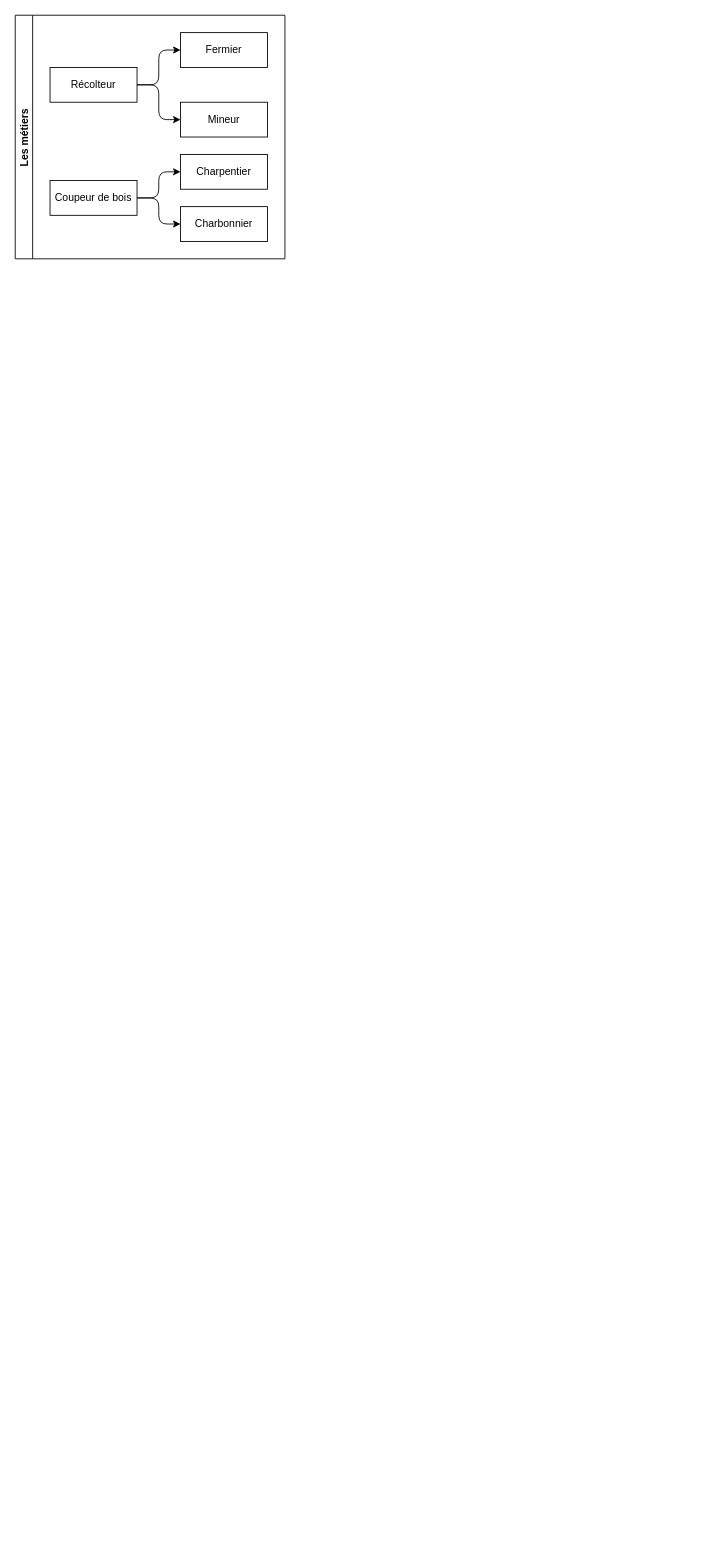
Ajustor/civilization keeps this draw.io diagram as schemas/diagram.drawio. Above is the earlier version. Source tidied: cells renumbered, new cells numbered last; positions are measured from the earlier drawing's top-left corner, leaving out a move shared by most shapes. Both pictures are drawn from the tidied source at 87%, with x=0, y=0 at pixel (15, 15).
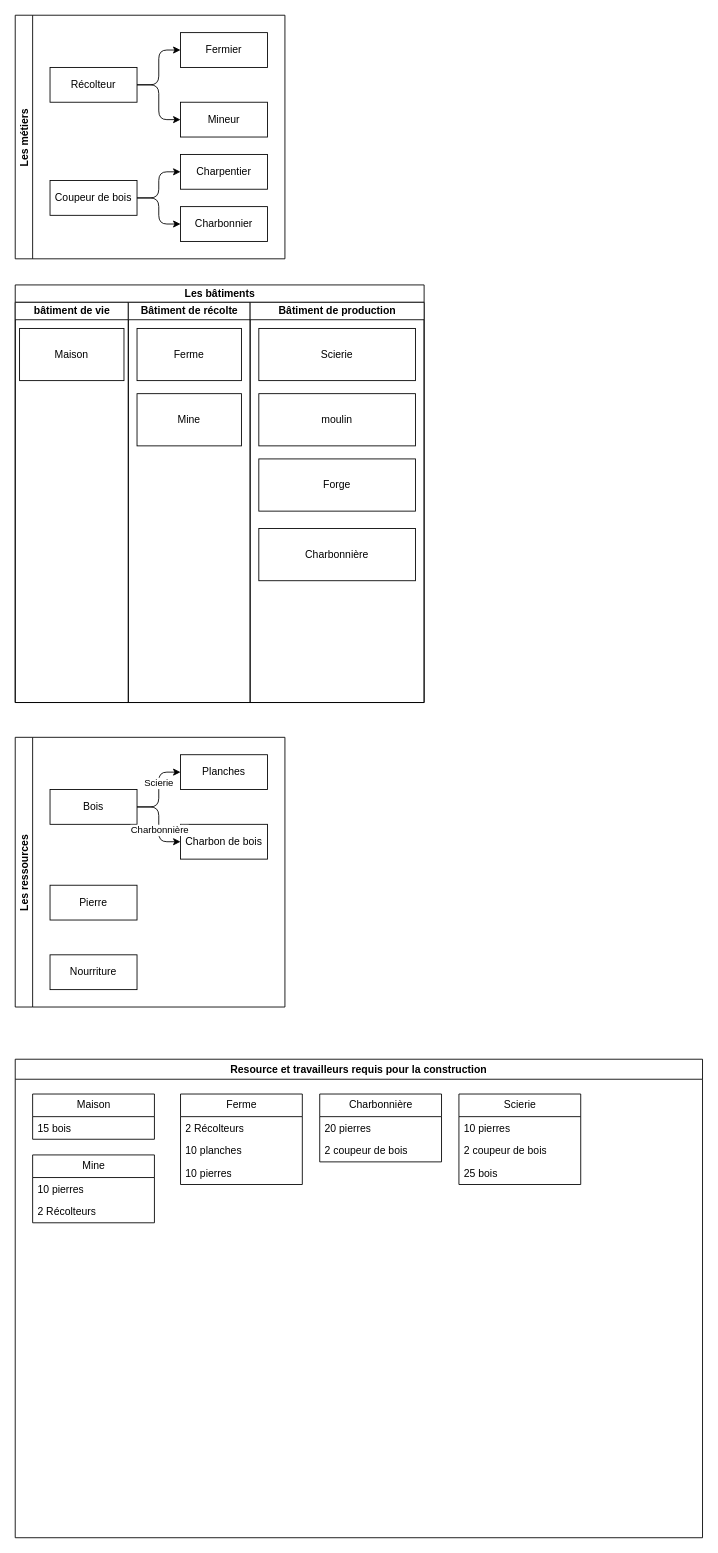
Above is the later version.

Commit message:
Mettre à jour diagram.drawio

The edit, as a diff of the source:
```diff
@@
+    <mxCell id="13" value="Les bâtiments" style="swimlane;startSize=20;html=1;" parent="1" vertex="1">
+      <mxGeometry y="310" width="470" height="480" as="geometry" />
+    </mxCell>
+    <mxCell id="14" value="bâtiment de vie" style="swimlane;startSize=20;html=1;" parent="13" vertex="1">
+      <mxGeometry y="20" width="130" height="460" as="geometry" />
+    </mxCell>
+    <mxCell id="15" value="Maison" style="whiteSpace=wrap;html=1;" parent="14" vertex="1">
+      <mxGeometry x="5" y="30" width="120" height="60" as="geometry" />
+    </mxCell>
+    <mxCell id="16" value="Bâtiment de récolte" style="swimlane;startSize=20;html=1;" parent="13" vertex="1">
+      <mxGeometry x="130" y="20" width="140" height="460" as="geometry" />
+    </mxCell>
+    <mxCell id="17" value="Ferme" style="whiteSpace=wrap;html=1;" parent="16" vertex="1">
+      <mxGeometry x="10" y="30" width="120" height="60" as="geometry" />
+    </mxCell>
+    <mxCell id="18" value="Mine" style="whiteSpace=wrap;html=1;" parent="16" vertex="1">
+      <mxGeometry x="10" y="105" width="120" height="60" as="geometry" />
+    </mxCell>
+    <mxCell id="19" value="Bâtiment de production" style="swimlane;startSize=20;html=1;" parent="13" vertex="1">
+      <mxGeometry x="270" y="20" width="200" height="460" as="geometry" />
+    </mxCell>
+    <mxCell id="20" value="Scierie" style="whiteSpace=wrap;html=1;" parent="19" vertex="1">
+      <mxGeometry x="10" y="30" width="180" height="60" as="geometry" />
+    </mxCell>
+    <mxCell id="21" value="moulin" style="whiteSpace=wrap;html=1;" parent="19" vertex="1">
+      <mxGeometry x="10" y="105" width="180" height="60" as="geometry" />
+    </mxCell>
+    <mxCell id="22" value="Forge" style="whiteSpace=wrap;html=1;" parent="19" vertex="1">
+      <mxGeometry x="10" y="180" width="180" height="60" as="geometry" />
+    </mxCell>
+    <mxCell id="23" value="Charbonnière" style="whiteSpace=wrap;html=1;" parent="19" vertex="1">
+      <mxGeometry x="10" y="260" width="180" height="60" as="geometry" />
+    </mxCell>
+    <mxCell id="24" value="Les ressources" style="swimlane;startSize=20;horizontal=0;horizontalTree=1;sortEdges=1;containerType=tree;fontSize=12;" parent="1" vertex="1">
+      <mxGeometry y="830" width="310" height="310" as="geometry" />
+    </mxCell>
+    <mxCell id="25" value="Bois" style="whiteSpace=wrap;html=1;" parent="24" vertex="1">
+      <mxGeometry x="40" y="60" width="100" height="40" as="geometry" />
+    </mxCell>
+    <mxCell id="26" value="Planches" style="whiteSpace=wrap;html=1;" parent="24" vertex="1">
+      <mxGeometry x="190" y="20" width="100" height="40" as="geometry" />
+    </mxCell>
+    <mxCell id="27" style="edgeStyle=elbowEdgeStyle;elbow=horizontal;html=1;rounded=1;curved=0;sourcePerimeterSpacing=0;targetPerimeterSpacing=0;startSize=6;endSize=6;" parent="24" edge="1" source="25" target="26">
+      <mxGeometry relative="1" as="geometry" />
+    </mxCell>
+    <mxCell id="28" value="Scierie" style="edgeLabel;html=1;align=center;verticalAlign=middle;" parent="27" vertex="1">
+      <mxGeometry x="0.17" y="1" relative="1" as="geometry" />
+    </mxCell>
+    <mxCell id="29" value="Charbon de bois" style="whiteSpace=wrap;html=1;" parent="24" vertex="1">
+      <mxGeometry x="190" y="100" width="100" height="40" as="geometry" />
+    </mxCell>
+    <mxCell id="30" style="edgeStyle=elbowEdgeStyle;elbow=vertical;html=1;rounded=1;curved=0;sourcePerimeterSpacing=0;targetPerimeterSpacing=0;startSize=6;endSize=6;" parent="24" edge="1" source="25" target="29">
+      <mxGeometry relative="1" as="geometry" />
+    </mxCell>
+    <mxCell id="31" value="Charbonnière" style="edgeLabel;html=1;align=center;verticalAlign=middle;" parent="30" vertex="1">
+      <mxGeometry x="0.14" relative="1" as="geometry" />
+    </mxCell>
+    <mxCell id="32" value="Pierre" style="whiteSpace=wrap;html=1;" parent="24" vertex="1">
+      <mxGeometry x="40" y="170" width="100" height="40" as="geometry" />
+    </mxCell>
+    <mxCell id="33" value="Nourriture" style="whiteSpace=wrap;html=1;" parent="24" vertex="1">
+      <mxGeometry x="40" y="250" width="100" height="40" as="geometry" />
+    </mxCell>
+    <mxCell id="34" value="Resource et travailleurs requis pour la construction" style="swimlane;" parent="1" vertex="1">
+      <mxGeometry y="1200" width="790" height="550" as="geometry" />
+    </mxCell>
+    <mxCell id="35" value="Maison" style="swimlane;fontStyle=0;horizontal=1;startSize=26;fillColor=none;html=1;" parent="34" vertex="1">
+      <mxGeometry x="20" y="40" width="140" height="52" as="geometry" />
+    </mxCell>
+    <mxCell id="36" value="15 bois" style="text;strokeColor=none;fillColor=none;align=left;verticalAlign=top;spacingLeft=4;spacingRight=4;overflow=hidden;whiteSpace=wrap;html=1;" parent="35" vertex="1">
+      <mxGeometry y="26" width="140" height="26" as="geometry" />
+    </mxCell>
+    <mxCell id="37" value="Ferme" style="swimlane;fontStyle=0;horizontal=1;startSize=26;fillColor=none;html=1;" parent="34" vertex="1">
+      <mxGeometry x="190" y="40" width="140" height="104" as="geometry" />
+    </mxCell>
+    <mxCell id="38" value="2 Récolteurs" style="text;strokeColor=none;fillColor=none;align=left;verticalAlign=top;spacingLeft=4;spacingRight=4;overflow=hidden;whiteSpace=wrap;html=1;" parent="37" vertex="1">
+      <mxGeometry y="26" width="140" height="26" as="geometry" />
+    </mxCell>
+    <mxCell id="39" value="10 planches" style="text;strokeColor=none;fillColor=none;align=left;verticalAlign=top;spacingLeft=4;spacingRight=4;overflow=hidden;whiteSpace=wrap;html=1;" parent="37" vertex="1">
+      <mxGeometry y="52" width="140" height="26" as="geometry" />
+    </mxCell>
+    <mxCell id="40" value="10 pierres" style="text;strokeColor=none;fillColor=none;align=left;verticalAlign=top;spacingLeft=4;spacingRight=4;overflow=hidden;whiteSpace=wrap;html=1;" parent="37" vertex="1">
+      <mxGeometry y="78" width="140" height="26" as="geometry" />
+    </mxCell>
+    <mxCell id="41" value="Charbonnière" style="swimlane;fontStyle=0;horizontal=1;startSize=26;fillColor=none;html=1;" parent="34" vertex="1">
+      <mxGeometry x="350" y="40" width="140" height="78" as="geometry" />
+    </mxCell>
+    <mxCell id="42" value="20 pierres" style="text;strokeColor=none;fillColor=none;align=left;verticalAlign=top;spacingLeft=4;spacingRight=4;overflow=hidden;whiteSpace=wrap;html=1;" parent="41" vertex="1">
+      <mxGeometry y="26" width="140" height="26" as="geometry" />
+    </mxCell>
+    <mxCell id="43" value="2 coupeur de bois" style="text;strokeColor=none;fillColor=none;align=left;verticalAlign=top;spacingLeft=4;spacingRight=4;overflow=hidden;whiteSpace=wrap;html=1;" parent="41" vertex="1">
+      <mxGeometry y="52" width="140" height="26" as="geometry" />
+    </mxCell>
+    <mxCell id="44" value="Mine" style="swimlane;fontStyle=0;horizontal=1;startSize=26;fillColor=none;html=1;" parent="34" vertex="1">
+      <mxGeometry x="20" y="110" width="140" height="78" as="geometry" />
+    </mxCell>
+    <mxCell id="45" value="10 pierres" style="text;strokeColor=none;fillColor=none;align=left;verticalAlign=top;spacingLeft=4;spacingRight=4;overflow=hidden;whiteSpace=wrap;html=1;" parent="44" vertex="1">
+      <mxGeometry y="26" width="140" height="26" as="geometry" />
+    </mxCell>
+    <mxCell id="46" value="2 Récolteurs" style="text;strokeColor=none;fillColor=none;align=left;verticalAlign=top;spacingLeft=4;spacingRight=4;overflow=hidden;whiteSpace=wrap;html=1;" parent="44" vertex="1">
+      <mxGeometry y="52" width="140" height="26" as="geometry" />
+    </mxCell>
+    <mxCell id="47" value="Scierie" style="swimlane;fontStyle=0;horizontal=1;startSize=26;fillColor=none;html=1;" parent="1" vertex="1">
+      <mxGeometry x="510" y="1240" width="140" height="104" as="geometry" />
+    </mxCell>
+    <mxCell id="48" value="10 pierres" style="text;strokeColor=none;fillColor=none;align=left;verticalAlign=top;spacingLeft=4;spacingRight=4;overflow=hidden;whiteSpace=wrap;html=1;" parent="47" vertex="1">
+      <mxGeometry y="26" width="140" height="26" as="geometry" />
+    </mxCell>
+    <mxCell id="49" value="2 coupeur de bois" style="text;strokeColor=none;fillColor=none;align=left;verticalAlign=top;spacingLeft=4;spacingRight=4;overflow=hidden;whiteSpace=wrap;html=1;" parent="47" vertex="1">
+      <mxGeometry y="52" width="140" height="26" as="geometry" />
+    </mxCell>
+    <mxCell id="50" value="25 bois" style="text;strokeColor=none;fillColor=none;align=left;verticalAlign=top;spacingLeft=4;spacingRight=4;overflow=hidden;whiteSpace=wrap;html=1;" parent="47" vertex="1">
+      <mxGeometry y="78" width="140" height="26" as="geometry" />
+    </mxCell>
```
